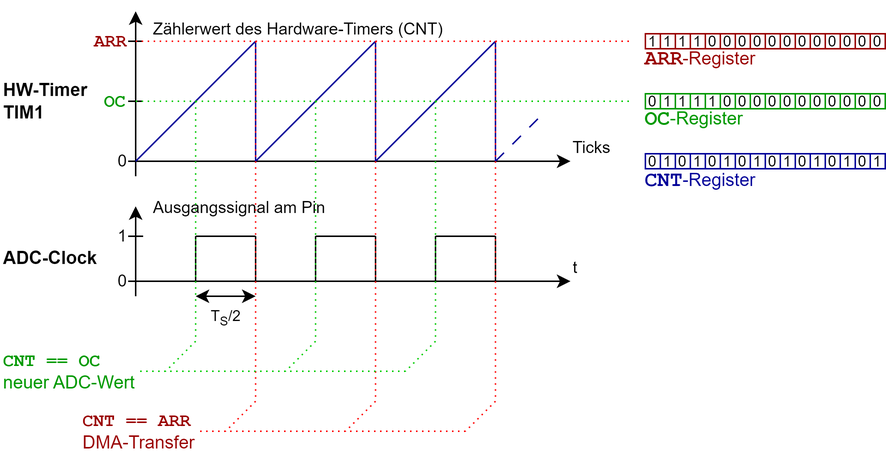
This is docs/img/Timing_Diagramm_Timer_ADC_DMA.png from nicolstr/usb-oscilloscope, a draw.io export, as it was before one commit. Source tidied: cells renumbered, new cells last; positions are measured from the earlier drawing's top-left corner, leaving out a move shared by most shapes.
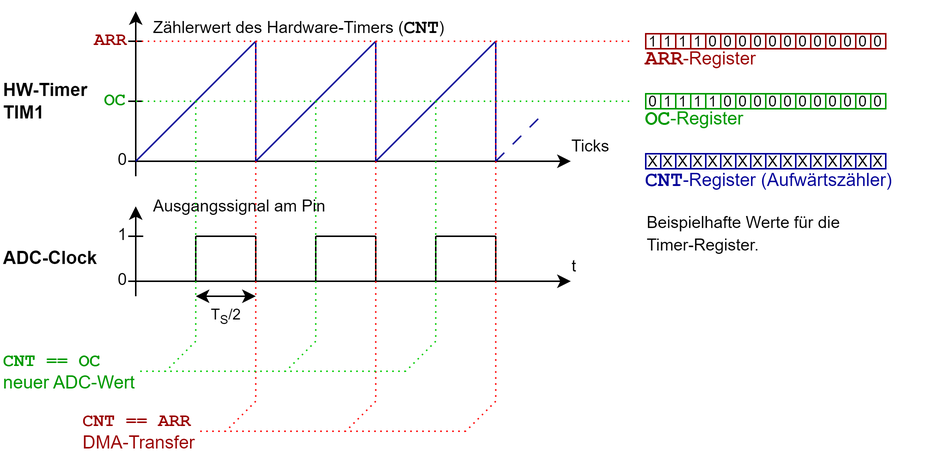
The same file after the commit.

Diff of the diagram source:
```diff
@@ -89,7 +89,7 @@
         <mxPoint x="90" as="targetPoint" />
       </mxGeometry>
     </mxCell>
-    <mxCell id="17" value="Zählerwert des Hardware-Timers (CNT)" style="edgeLabel;html=1;align=left;verticalAlign=middle;" parent="16" vertex="1">
+    <mxCell id="17" value="Zählerwert des Hardware-Timers (&lt;b&gt;&lt;font style=&quot;font-size: 13px;&quot; face=&quot;Courier New&quot;&gt;CNT&lt;/font&gt;&lt;/b&gt;)" style="edgeLabel;html=1;align=left;verticalAlign=middle;" parent="16" vertex="1">
       <mxGeometry x="0.8" y="1" relative="1" as="geometry">
         <mxPoint x="11" as="offset" />
       </mxGeometry>
@@ -286,52 +286,52 @@
     <mxCell id="51" style="group;" parent="1" vertex="1">
       <mxGeometry x="430" y="95" width="160" height="10" as="geometry" />
     </mxCell>
-    <mxCell id="52" value="0" style="rounded=0;whiteSpace=wrap;html=1;strokeColor=#000099;fontSize=10;" parent="51" vertex="1">
+    <mxCell id="52" value="X" style="rounded=0;whiteSpace=wrap;html=1;strokeColor=#000099;fontSize=10;" parent="51" vertex="1">
       <mxGeometry width="10" height="10" as="geometry" />
     </mxCell>
-    <mxCell id="53" value="1" style="rounded=0;whiteSpace=wrap;html=1;strokeColor=#000099;fontSize=10;" parent="51" vertex="1">
+    <mxCell id="53" value="X" style="rounded=0;whiteSpace=wrap;html=1;strokeColor=#000099;fontSize=10;" parent="51" vertex="1">
       <mxGeometry x="10" width="10" height="10" as="geometry" />
     </mxCell>
-    <mxCell id="54" value="0" style="rounded=0;whiteSpace=wrap;html=1;strokeColor=#000099;fontSize=10;" parent="51" vertex="1">
+    <mxCell id="54" value="X" style="rounded=0;whiteSpace=wrap;html=1;strokeColor=#000099;fontSize=10;" parent="51" vertex="1">
       <mxGeometry x="20" width="10" height="10" as="geometry" />
     </mxCell>
-    <mxCell id="55" value="1" style="rounded=0;whiteSpace=wrap;html=1;strokeColor=#000099;fontSize=10;" parent="51" vertex="1">
+    <mxCell id="55" value="X" style="rounded=0;whiteSpace=wrap;html=1;strokeColor=#000099;fontSize=10;" parent="51" vertex="1">
       <mxGeometry x="30" width="10" height="10" as="geometry" />
     </mxCell>
-    <mxCell id="56" value="0" style="rounded=0;whiteSpace=wrap;html=1;strokeColor=#000099;fontSize=10;" parent="51" vertex="1">
+    <mxCell id="56" value="X" style="rounded=0;whiteSpace=wrap;html=1;strokeColor=#000099;fontSize=10;" parent="51" vertex="1">
       <mxGeometry x="40" width="10" height="10" as="geometry" />
     </mxCell>
-    <mxCell id="57" value="1" style="rounded=0;whiteSpace=wrap;html=1;strokeColor=#000099;fontSize=10;" parent="51" vertex="1">
+    <mxCell id="57" value="X" style="rounded=0;whiteSpace=wrap;html=1;strokeColor=#000099;fontSize=10;" parent="51" vertex="1">
       <mxGeometry x="50" width="10" height="10" as="geometry" />
     </mxCell>
-    <mxCell id="58" value="0" style="rounded=0;whiteSpace=wrap;html=1;strokeColor=#000099;fontSize=10;" parent="51" vertex="1">
+    <mxCell id="58" value="X" style="rounded=0;whiteSpace=wrap;html=1;strokeColor=#000099;fontSize=10;" parent="51" vertex="1">
       <mxGeometry x="60" width="10" height="10" as="geometry" />
     </mxCell>
-    <mxCell id="59" value="1" style="rounded=0;whiteSpace=wrap;html=1;strokeColor=#000099;fontSize=10;" parent="51" vertex="1">
+    <mxCell id="59" value="X" style="rounded=0;whiteSpace=wrap;html=1;strokeColor=#000099;fontSize=10;" parent="51" vertex="1">
       <mxGeometry x="70" width="10" height="10" as="geometry" />
     </mxCell>
-    <mxCell id="60" value="0" style="rounded=0;whiteSpace=wrap;html=1;strokeColor=#000099;fontSize=10;" parent="51" vertex="1">
+    <mxCell id="60" value="X" style="rounded=0;whiteSpace=wrap;html=1;strokeColor=#000099;fontSize=10;" parent="51" vertex="1">
       <mxGeometry x="80" width="10" height="10" as="geometry" />
     </mxCell>
-    <mxCell id="61" value="1" style="rounded=0;whiteSpace=wrap;html=1;strokeColor=#000099;fontSize=10;" parent="51" vertex="1">
+    <mxCell id="61" value="X" style="rounded=0;whiteSpace=wrap;html=1;strokeColor=#000099;fontSize=10;" parent="51" vertex="1">
       <mxGeometry x="90" width="10" height="10" as="geometry" />
     </mxCell>
-    <mxCell id="62" value="0" style="rounded=0;whiteSpace=wrap;html=1;strokeColor=#000099;fontSize=10;" parent="51" vertex="1">
+    <mxCell id="62" value="X" style="rounded=0;whiteSpace=wrap;html=1;strokeColor=#000099;fontSize=10;" parent="51" vertex="1">
       <mxGeometry x="100" width="10" height="10" as="geometry" />
     </mxCell>
-    <mxCell id="63" value="1" style="rounded=0;whiteSpace=wrap;html=1;strokeColor=#000099;fontSize=10;" parent="51" vertex="1">
+    <mxCell id="63" value="X" style="rounded=0;whiteSpace=wrap;html=1;strokeColor=#000099;fontSize=10;" parent="51" vertex="1">
       <mxGeometry x="110" width="10" height="10" as="geometry" />
     </mxCell>
-    <mxCell id="64" value="0" style="rounded=0;whiteSpace=wrap;html=1;strokeColor=#000099;fontSize=10;" parent="51" vertex="1">
+    <mxCell id="64" value="X" style="rounded=0;whiteSpace=wrap;html=1;strokeColor=#000099;fontSize=10;" parent="51" vertex="1">
       <mxGeometry x="120" width="10" height="10" as="geometry" />
     </mxCell>
-    <mxCell id="65" value="1" style="rounded=0;whiteSpace=wrap;html=1;strokeColor=#000099;fontSize=10;" parent="51" vertex="1">
+    <mxCell id="65" value="X" style="rounded=0;whiteSpace=wrap;html=1;strokeColor=#000099;fontSize=10;" parent="51" vertex="1">
       <mxGeometry x="130" width="10" height="10" as="geometry" />
     </mxCell>
-    <mxCell id="66" value="0" style="rounded=0;whiteSpace=wrap;html=1;strokeColor=#000099;fontSize=10;" parent="51" vertex="1">
+    <mxCell id="66" value="X" style="rounded=0;whiteSpace=wrap;html=1;strokeColor=#000099;fontSize=10;" parent="51" vertex="1">
       <mxGeometry x="140" width="10" height="10" as="geometry" />
     </mxCell>
-    <mxCell id="67" value="1" style="rounded=0;whiteSpace=wrap;html=1;strokeColor=#000099;fontSize=10;" parent="51" vertex="1">
+    <mxCell id="67" value="X" style="rounded=0;whiteSpace=wrap;html=1;strokeColor=#000099;fontSize=10;" parent="51" vertex="1">
       <mxGeometry x="150" width="10" height="10" as="geometry" />
     </mxCell>
     <mxCell id="68" style="group;" parent="1" vertex="1">
@@ -439,8 +439,8 @@
     <mxCell id="102" value="&lt;font style=&quot;color: rgb(0, 153, 0);&quot;&gt;&lt;b&gt;&lt;font style=&quot;font-size: 14px;&quot; face=&quot;Courier New&quot;&gt;OC&lt;/font&gt;&lt;/b&gt;-Register&lt;/font&gt;" style="text;html=1;align=left;verticalAlign=middle;strokeColor=none;fillColor=none;" parent="1" vertex="1">
       <mxGeometry x="428" y="57" width="90" height="30" as="geometry" />
     </mxCell>
-    <mxCell id="103" value="&lt;font style=&quot;color: rgb(0, 0, 153);&quot;&gt;&lt;b&gt;&lt;font style=&quot;font-size: 14px;&quot; face=&quot;Courier New&quot;&gt;CNT&lt;/font&gt;&lt;/b&gt;-Register&lt;/font&gt;" style="text;html=1;align=left;verticalAlign=middle;strokeColor=none;fillColor=none;" parent="1" vertex="1">
-      <mxGeometry x="428" y="98" width="100" height="30" as="geometry" />
+    <mxCell id="103" value="&lt;font style=&quot;color: rgb(0, 0, 153);&quot;&gt;&lt;b&gt;&lt;font style=&quot;font-size: 14px;&quot; face=&quot;Courier New&quot;&gt;CNT&lt;/font&gt;&lt;/b&gt;-Register (Aufwärtszähler)&lt;/font&gt;" style="text;html=1;align=left;verticalAlign=middle;strokeColor=none;fillColor=none;" parent="1" vertex="1">
+      <mxGeometry x="428" y="98" width="190" height="30" as="geometry" />
     </mxCell>
     <mxCell id="104" value="&lt;font style=&quot;color: rgb(153, 0, 0);&quot;&gt;&lt;font style=&quot;font-size: 14px;&quot; face=&quot;Courier New&quot;&gt;&lt;b style=&quot;&quot;&gt;ARR&lt;/b&gt;&lt;/font&gt;-Register&lt;/font&gt;" style="text;html=1;align=left;verticalAlign=middle;strokeColor=none;fillColor=none;" parent="1" vertex="1">
       <mxGeometry x="428" y="17" width="100" height="30" as="geometry" />
@@ -505,5 +505,8 @@
     <mxCell id="116" value="&lt;font&gt;&lt;b&gt;HW-Timer&lt;/b&gt;&lt;/font&gt;&lt;div&gt;&lt;font&gt;&lt;b&gt;TIM1&lt;/b&gt;&lt;/font&gt;&lt;/div&gt;" style="text;html=1;align=left;verticalAlign=middle;strokeColor=none;fillColor=none;fontColor=#000000;" parent="1" vertex="1">
       <mxGeometry y="40" width="80" height="40" as="geometry" />
     </mxCell>
+    <mxCell id="117" value="&lt;span style=&quot;font-size: 11px; text-align: left; background-color: rgb(255, 255, 255);&quot;&gt;Beispielhafte Werte für die&lt;/span&gt;&lt;div style=&quot;text-align: left;&quot;&gt;&lt;span style=&quot;font-size: 11px; background-color: rgb(255, 255, 255);&quot;&gt;Timer-Register.&lt;/span&gt;&lt;/div&gt;" style="text;html=1;align=center;verticalAlign=middle;strokeColor=none;fillColor=none;" parent="1" vertex="1">
+      <mxGeometry x="420" y="128" width="150" height="40" as="geometry" />
+    </mxCell>
   </root>
 </mxGraphModel>
```
